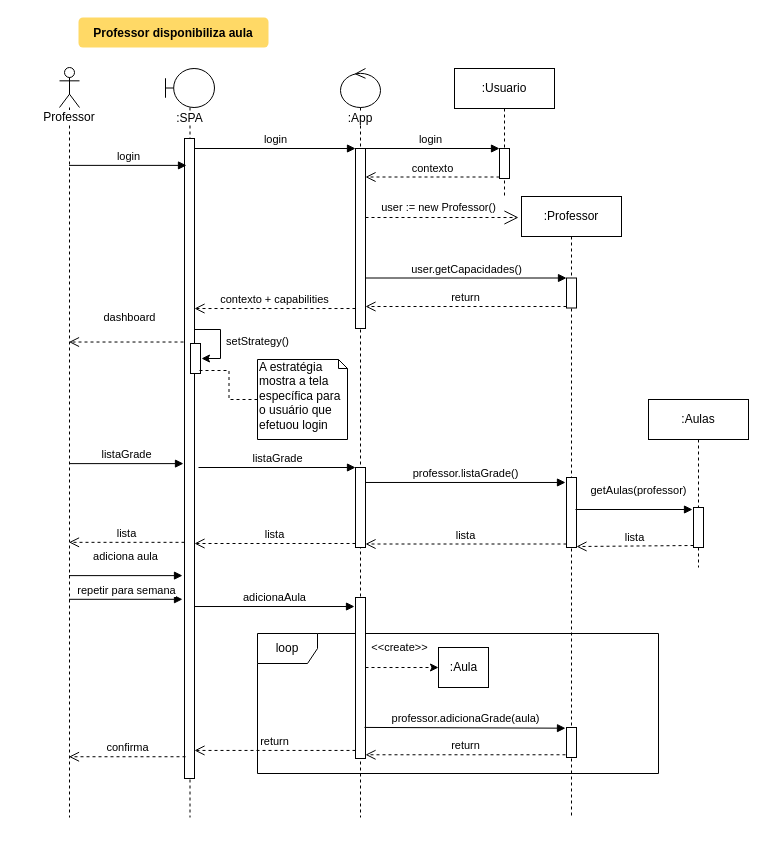
Earlier version of the draw.io diagram sequencia_cria_reserva.drawio (Neandertals/personal). Source tidied: cells renumbered, new cells numbered last; positions are measured from the earlier drawing's top-left corner, leaving out a move shared by most shapes. Both pictures are drawn from the tidied source at 100%, with x=0, y=0 at pixel (59, 17).
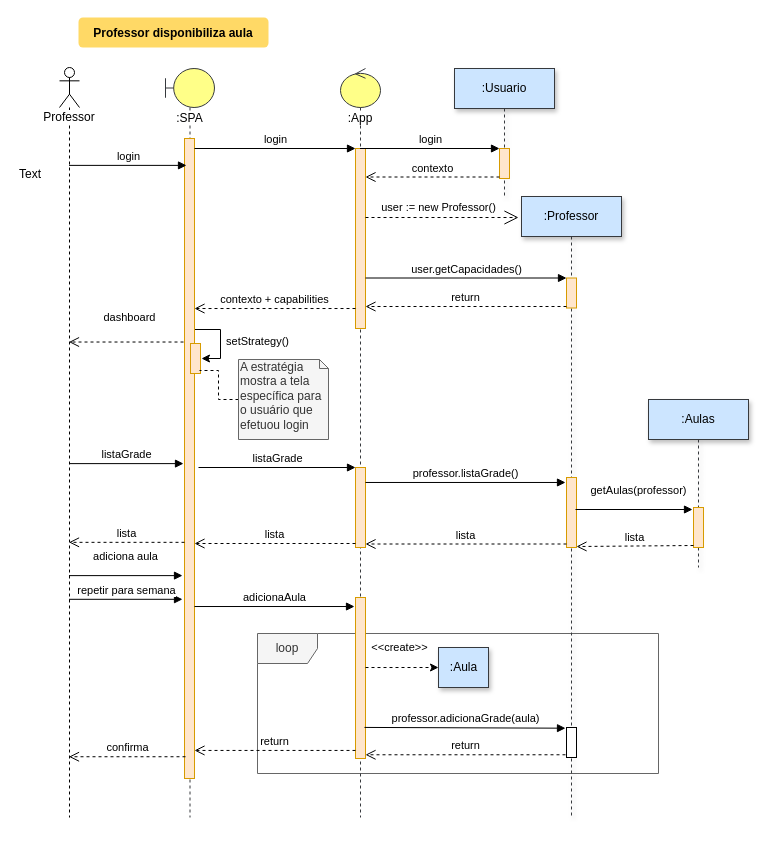
Above is the later version.

Diff of the diagram source:
```diff
@@
-    <mxCell id="2" value="loop" style="shape=umlFrame;whiteSpace=wrap;html=1;" parent="1" vertex="1">
+    <mxCell id="2" value="loop" style="shape=umlFrame;whiteSpace=wrap;html=1;fillColor=#f5f5f5;strokeColor=#666666;fontColor=#333333;gradientColor=none;swimlaneFillColor=none;" parent="1" vertex="1">
       <mxGeometry x="198" y="616" width="401" height="140" as="geometry" />
     </mxCell>
-    <mxCell id="3" value=":SPA" style="shape=umlLifeline;participant=umlBoundary;perimeter=lifelinePerimeter;whiteSpace=wrap;html=1;verticalAlign=top;spacingTop=36;labelBackgroundColor=#ffffff;size=39;" parent="1" vertex="1">
+    <mxCell id="3" value=":SPA" style="shape=umlLifeline;participant=umlBoundary;perimeter=lifelinePerimeter;whiteSpace=wrap;html=1;verticalAlign=top;spacingTop=36;labelBackgroundColor=#ffffff;size=39;fillColor=#ffff88;strokeColor=#36393d;" parent="1" vertex="1">
       <mxGeometry x="106" y="51" width="49" height="749" as="geometry" />
     </mxCell>
@@
-    <mxCell id="5" style="html=1;points=[];perimeter=orthogonalPerimeter;" parent="3" vertex="1">
+    <mxCell id="5" style="html=1;points=[];perimeter=orthogonalPerimeter;fillColor=#ffe6cc;strokeColor=#d79b00;" parent="3" vertex="1">
       <mxGeometry x="19" y="70" width="10" height="640" as="geometry" />
     </mxCell>
-    <mxCell id="6" style="html=1;points=[];perimeter=orthogonalPerimeter;" parent="3" vertex="1">
+    <mxCell id="6" style="html=1;points=[];perimeter=orthogonalPerimeter;fillColor=#ffe6cc;strokeColor=#d79b00;" parent="3" vertex="1">
       <mxGeometry x="25" y="275" width="10" height="30" as="geometry" />
     </mxCell>
@@
-    <mxCell id="9" value=":Usuario" style="shape=umlLifeline;perimeter=lifelinePerimeter;whiteSpace=wrap;html=1;" parent="1" vertex="1">
+    <mxCell id="9" value=":Usuario" style="shape=umlLifeline;perimeter=lifelinePerimeter;whiteSpace=wrap;html=1;shadow=1;strokeColor=#36393d;fillColor=#cce5ff;" parent="1" vertex="1">
       <mxGeometry x="395" y="51" width="100" height="129" as="geometry" />
     </mxCell>
-    <mxCell id="10" style="html=1;points=[];perimeter=orthogonalPerimeter;" parent="9" vertex="1">
+    <mxCell id="10" style="html=1;points=[];perimeter=orthogonalPerimeter;fillColor=#ffe6cc;strokeColor=#d79b00;" parent="9" vertex="1">
       <mxGeometry x="45" y="80" width="10" height="30" as="geometry" />
     </mxCell>
-    <mxCell id="11" value=":App" style="shape=umlLifeline;participant=umlControl;perimeter=lifelinePerimeter;whiteSpace=wrap;html=1;verticalAlign=top;spacingTop=36;labelBackgroundColor=#ffffff;outlineConnect=0;size=39;" parent="1" vertex="1">
+    <mxCell id="11" value=":App" style="shape=umlLifeline;participant=umlControl;perimeter=lifelinePerimeter;whiteSpace=wrap;html=1;verticalAlign=top;spacingTop=36;labelBackgroundColor=#ffffff;outlineConnect=0;size=39;fillColor=#ffff88;strokeColor=#36393d;" parent="1" vertex="1">
       <mxGeometry x="281" y="51" width="40" height="749" as="geometry" />
     </mxCell>
-    <mxCell id="12" style="html=1;points=[];perimeter=orthogonalPerimeter;" parent="11" vertex="1">
+    <mxCell id="12" style="html=1;points=[];perimeter=orthogonalPerimeter;fillColor=#ffe6cc;strokeColor=#d79b00;" parent="11" vertex="1">
       <mxGeometry x="15" y="80" width="10" height="180" as="geometry" />
     </mxCell>
-    <mxCell id="13" style="html=1;points=[];perimeter=orthogonalPerimeter;" parent="11" vertex="1">
+    <mxCell id="13" style="html=1;points=[];perimeter=orthogonalPerimeter;fillColor=#ffe6cc;strokeColor=#d79b00;" parent="11" vertex="1">
       <mxGeometry x="15" y="399" width="10" height="80" as="geometry" />
     </mxCell>
-    <mxCell id="14" style="html=1;points=[];perimeter=orthogonalPerimeter;" parent="11" vertex="1">
+    <mxCell id="14" style="html=1;points=[];perimeter=orthogonalPerimeter;fillColor=#ffe6cc;strokeColor=#d79b00;" parent="11" vertex="1">
       <mxGeometry x="15" y="529" width="10" height="161" as="geometry" />
     </mxCell>
@@
-    <mxCell id="21" value=":Professor" style="shape=umlLifeline;perimeter=lifelinePerimeter;whiteSpace=wrap;html=1;" parent="1" vertex="1">
+    <mxCell id="21" value=":Professor" style="shape=umlLifeline;perimeter=lifelinePerimeter;whiteSpace=wrap;html=1;shadow=1;strokeColor=#36393d;fillColor=#cce5ff;" parent="1" vertex="1">
       <mxGeometry x="462" y="179" width="100" height="621" as="geometry" />
     </mxCell>
-    <mxCell id="22" style="html=1;points=[];perimeter=orthogonalPerimeter;" parent="21" vertex="1">
+    <mxCell id="22" style="html=1;points=[];perimeter=orthogonalPerimeter;fillColor=#ffe6cc;strokeColor=#d79b00;" parent="21" vertex="1">
       <mxGeometry x="45" y="81.5" width="10" height="30" as="geometry" />
     </mxCell>
-    <mxCell id="23" style="html=1;points=[];perimeter=orthogonalPerimeter;" parent="21" vertex="1">
+    <mxCell id="23" style="html=1;points=[];perimeter=orthogonalPerimeter;fillColor=#ffe6cc;strokeColor=#d79b00;" parent="21" vertex="1">
       <mxGeometry x="45" y="281" width="10" height="70" as="geometry" />
     </mxCell>
@@
-    <mxCell id="28" value="&lt;blockquote style=&quot;margin: 0 0 0 40px ; border: none ; padding: 0px&quot;&gt;&lt;/blockquote&gt;&lt;span&gt;A estratégia&lt;/span&gt;&lt;br&gt;&lt;blockquote style=&quot;margin: 0 0 0 40px ; border: none ; padding: 0px&quot;&gt;&lt;/blockquote&gt;&lt;span&gt;mostra a tela específica para&lt;/span&gt;&lt;br&gt;&lt;blockquote style=&quot;margin: 0 0 0 40px ; border: none ; padding: 0px&quot;&gt; &lt;/blockquote&gt;&lt;span&gt;o usuário que&lt;/span&gt;&lt;br&gt; efetuou login" style="shape=note;whiteSpace=wrap;html=1;size=9;verticalAlign=top;align=left;spacingTop=-6;" parent="1" vertex="1">
-      <mxGeometry x="198" y="342" width="90" height="80" as="geometry" />
+    <mxCell id="28" value="&lt;blockquote style=&quot;margin: 0 0 0 40px ; border: none ; padding: 0px&quot;&gt;&lt;/blockquote&gt;&lt;span&gt;A estratégia&lt;/span&gt;&lt;br&gt;&lt;blockquote style=&quot;margin: 0 0 0 40px ; border: none ; padding: 0px&quot;&gt;&lt;/blockquote&gt;&lt;span&gt;mostra a tela específica para&lt;/span&gt;&lt;br&gt;&lt;blockquote style=&quot;margin: 0 0 0 40px ; border: none ; padding: 0px&quot;&gt; &lt;/blockquote&gt;&lt;span&gt;o usuário que&lt;/span&gt;&lt;br&gt; efetuou login" style="shape=note;whiteSpace=wrap;html=1;size=9;verticalAlign=top;align=left;spacingTop=-6;fillColor=#f5f5f5;strokeColor=#666666;fontColor=#333333;" parent="1" vertex="1">
+      <mxGeometry x="179" y="342" width="90" height="80" as="geometry" />
     </mxCell>
-    <mxCell id="29" value=":Aulas" style="shape=umlLifeline;perimeter=lifelinePerimeter;whiteSpace=wrap;html=1;" parent="1" vertex="1">
+    <mxCell id="29" value=":Aulas" style="shape=umlLifeline;perimeter=lifelinePerimeter;whiteSpace=wrap;html=1;shadow=1;strokeColor=#36393d;fillColor=#cce5ff;" parent="1" vertex="1">
       <mxGeometry x="589" y="382" width="100" height="168" as="geometry" />
     </mxCell>
@@
-    <mxCell id="36" style="html=1;points=[];perimeter=orthogonalPerimeter;" parent="1" vertex="1">
+    <mxCell id="36" style="html=1;points=[];perimeter=orthogonalPerimeter;fillColor=#ffe6cc;strokeColor=#d79b00;" parent="1" vertex="1">
       <mxGeometry x="634" y="490" width="10" height="40" as="geometry" />
     </mxCell>
@@
-    <mxCell id="45" value=":Aula" style="html=1;" parent="1" vertex="1">
+    <mxCell id="45" value=":Aula" style="html=1;shadow=1;strokeColor=#36393d;fillColor=#cce5ff;" parent="1" vertex="1">
       <mxGeometry x="379" y="630" width="50" height="40" as="geometry" />
     </mxCell>
@@
+    <mxCell id="49" value="Text" style="text;html=1;align=left;verticalAlign=top;spacingTop=-4;" parent="1" vertex="1">
+      <mxGeometry x="-42" y="147" width="40" height="20" as="geometry" />
+    </mxCell>
```
